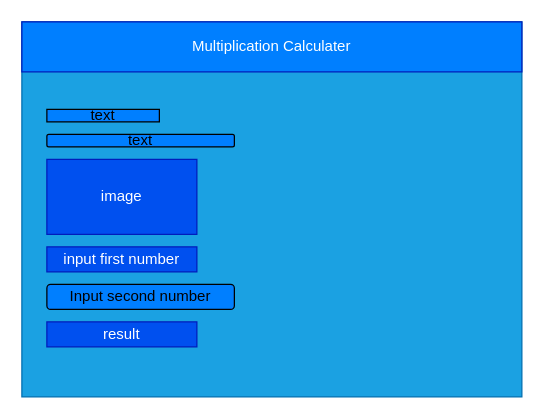
This is design/story-board.drawio from Allen-Li-hub/ICS2O-Unit5-06-HTML, a draw.io file, before an edit. Source tidied: cells renumbered, new cells numbered last; positions are measured from the earlier drawing's top-left corner, leaving out a move shared by most shapes. Both pictures are drawn from the tidied source at 125%, with x=0, y=0 at pixel (21, 21).
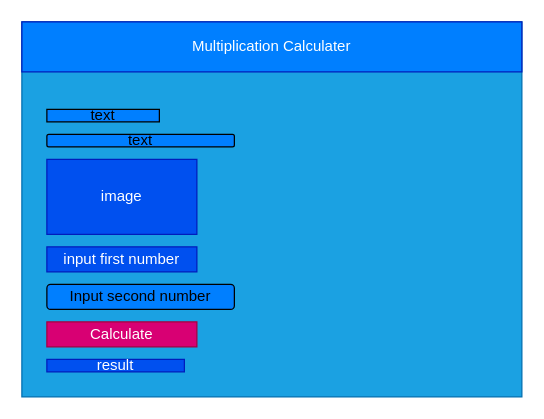
After the change.

What changed in the source:
```diff
@@
 <mxGraphModel>
   <root>
     <mxCell id="0" />
     <mxCell id="1" parent="0" />
     <mxCell id="2" style="rounded=0;whiteSpace=wrap;html=1;fillColor=#1ba1e2;fontColor=#ffffff;strokeColor=#006EAF;" parent="1" vertex="1">
       <mxGeometry width="400" height="300" as="geometry" />
     </mxCell>
     <mxCell id="3" value="Multiplication Calculater" style="rounded=0;whiteSpace=wrap;html=1;fillColor=#007FFF;fontColor=#ffffff;strokeColor=#001DBC;" parent="1" vertex="1">
       <mxGeometry width="400" height="40" as="geometry" />
     </mxCell>
     <mxCell id="4" value="image" style="rounded=0;whiteSpace=wrap;html=1;fillColor=#0050ef;fontColor=#ffffff;strokeColor=#001DBC;" parent="1" vertex="1">
       <mxGeometry x="20" y="110" width="120" height="60" as="geometry" />
     </mxCell>
     <mxCell id="5" value="text" style="rounded=0;whiteSpace=wrap;html=1;fillColor=#007FFF;" parent="1" vertex="1">
       <mxGeometry x="20" y="70" width="90" height="10" as="geometry" />
     </mxCell>
     <mxCell id="6" value="Input second number" style="rounded=1;whiteSpace=wrap;html=1;fillColor=#007FFF;" parent="1" vertex="1">
       <mxGeometry x="20" y="210" width="150" height="20" as="geometry" />
     </mxCell>
     <mxCell id="7" value="text" style="rounded=1;whiteSpace=wrap;html=1;fillColor=#007FFF;" parent="1" vertex="1">
       <mxGeometry x="20" y="90" width="150" height="10" as="geometry" />
     </mxCell>
     <mxCell id="8" value="input first number" style="rounded=0;whiteSpace=wrap;html=1;fillColor=#0050ef;fontColor=#ffffff;strokeColor=#001DBC;" parent="1" vertex="1">
       <mxGeometry x="20" y="180" width="120" height="20" as="geometry" />
     </mxCell>
     <mxCell id="9" value="result" style="rounded=0;whiteSpace=wrap;html=1;fillColor=#0050ef;fontColor=#ffffff;strokeColor=#001DBC;" parent="1" vertex="1">
-      <mxGeometry x="20" y="240" width="120" height="20" as="geometry" />
+      <mxGeometry x="20" y="270" width="110" height="10" as="geometry" />
     </mxCell>
+    <mxCell id="10" value="Calculate" style="rounded=0;whiteSpace=wrap;html=1;fillColor=#d80073;fontColor=#ffffff;strokeColor=#A50040;" parent="1" vertex="1">
+      <mxGeometry x="20" y="240" width="120" height="20" as="geometry" />
+    </mxCell>
   </root>
 </mxGraphModel>
```
